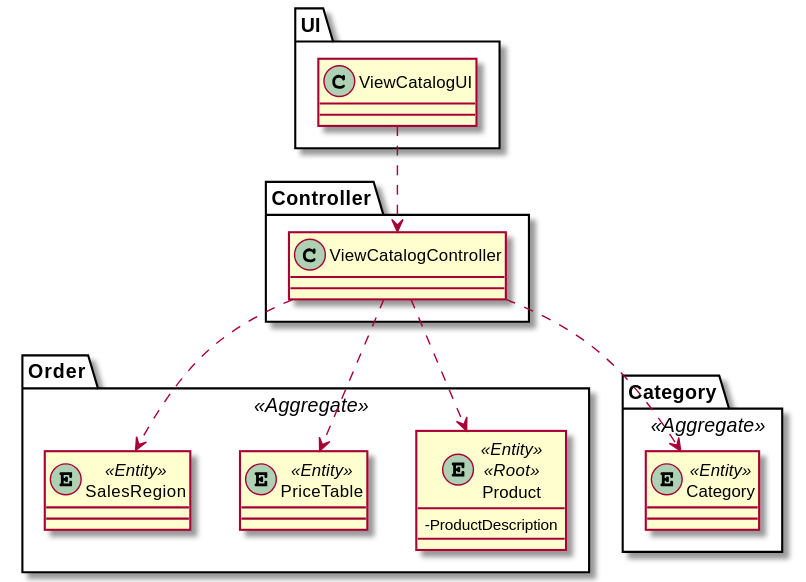
Above: docs/Sprint2/US1002/US1002_CD.svg in marttuga/LAPR4-SmartSystems (PlantUML), before the change. Its diagram source:
```plantuml
@startuml
skinparam classAttributeIconSize 0

package UI {
class ViewCatalogUI {
}
}

package Controller{
class ViewCatalogController {

}
}

package Order <<Aggregate>>{

entity Product <<Entity>> <<Root>> {
- ProductDescription
}
entity PriceTable <<Entity>>
entity SalesRegion <<Entity>>
}


package Category <<Aggregate>> {
    entity Category <<Entity>>

}

ViewCatalogUI ..> ViewCatalogController
ViewCatalogController ..> Category
ViewCatalogController ..>PriceTable

ViewCatalogController ..> Product

ViewCatalogController ..> SalesRegion


@enduml
```
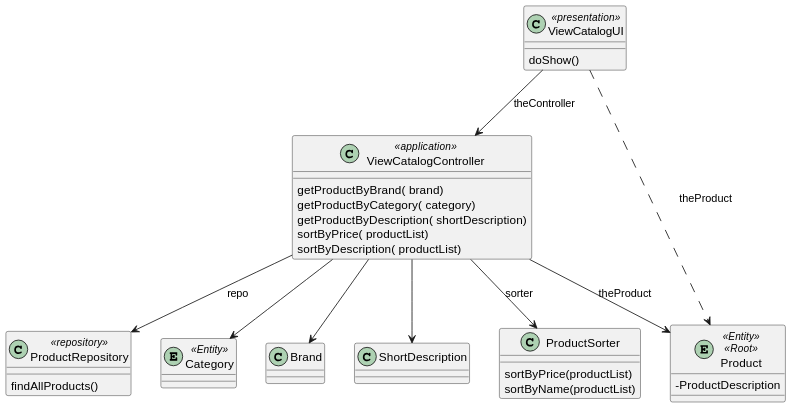
The same file after the commit.

The edit, as a diff of the source:
```diff
@@ -1,39 +1,45 @@
 @startuml
 skinparam classAttributeIconSize 0
 
-package UI {
-class ViewCatalogUI {
-}
-}
 
-package Controller{
-class ViewCatalogController {
+class ViewCatalogUI <<presentation>>
 
-}
-}
 
-package Order <<Aggregate>>{
+
+class ViewCatalogController <<application>>
+
+class ProductSorter
+class ProductRepository <<repository>>
+
+
 
 entity Product <<Entity>> <<Root>> {
 - ProductDescription
 }
-entity PriceTable <<Entity>>
-entity SalesRegion <<Entity>>
-}
 
 
-package Category <<Aggregate>> {
     entity Category <<Entity>>
 
-}
-
-ViewCatalogUI ..> ViewCatalogController
-ViewCatalogController ..> Category
-ViewCatalogController ..>PriceTable
-
-ViewCatalogController ..> Product
-
-ViewCatalogController ..> SalesRegion
 
 
+
+ViewCatalogController --> Category
+ViewCatalogController --> Product: theProduct
+ViewCatalogController -->Brand
+ViewCatalogController -->ShortDescription
+ViewCatalogUI --> ViewCatalogController : theController
+ViewCatalogUI ..> Product : theProduct
+ViewCatalogUI : doShow()
+ViewCatalogController --> ProductRepository : repo
+ViewCatalogController --> ProductSorter : sorter
+ProductSorter : sortByPrice(productList)
+ProductSorter : sortByName(productList)
+ViewCatalogController : getProductByBrand( brand)
+ViewCatalogController : getProductByCategory( category)
+ViewCatalogController : getProductByDescription( shortDescription)
+ViewCatalogController : sortByPrice( productList)
+ViewCatalogController : sortByDescription( productList)
+
+ProductRepository : findAllProducts()
+
 @enduml
```
